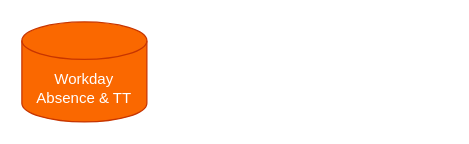
sandyaroma/sandyaroma keeps this draw.io diagram as HelloFresh_presale.drawio. Above is the earlier version. Source tidied: cells renumbered, new cells numbered last; positions are measured from the earlier drawing's top-left corner, leaving out a move shared by most shapes. Both pictures are drawn from the tidied source at 125%, with x=0, y=0 at pixel (21, 21).
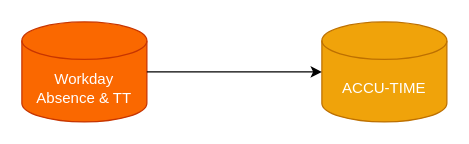
Above is the later version.

What changed in the source:
```diff
@@
 <mxGraphModel>
   <root>
     <mxCell id="0" />
     <mxCell id="1" parent="0" />
     <mxCell id="2" value="&lt;font color=&quot;#ffffff&quot;&gt;Workday&lt;/font&gt;&lt;div&gt;&lt;font color=&quot;#ffffff&quot;&gt;Absence &amp;amp; TT&lt;/font&gt;&lt;/div&gt;" style="shape=cylinder3;whiteSpace=wrap;html=1;boundedLbl=1;backgroundOutline=1;size=15;fillColor=#fa6800;fontColor=#000000;strokeColor=#C73500;" parent="1" vertex="1">
       <mxGeometry width="100" height="80" as="geometry" />
     </mxCell>
+    <mxCell id="3" value="&lt;font color=&quot;#ffffff&quot;&gt;ACCU-TIME&lt;/font&gt;" style="shape=cylinder3;whiteSpace=wrap;html=1;boundedLbl=1;backgroundOutline=1;size=15;fillColor=#f0a30a;fontColor=#000000;strokeColor=#BD7000;" parent="1" vertex="1">
+      <mxGeometry x="240" width="100" height="80" as="geometry" />
+    </mxCell>
+    <mxCell id="4" style="edgeStyle=orthogonalEdgeStyle;rounded=0;jettySize=auto;html=1;entryX=0;entryY=0.5;entryDx=0;entryDy=0;entryPerimeter=0;" parent="1" edge="1" source="2" target="3">
+      <mxGeometry relative="1" as="geometry" />
+    </mxCell>
   </root>
 </mxGraphModel>
```
